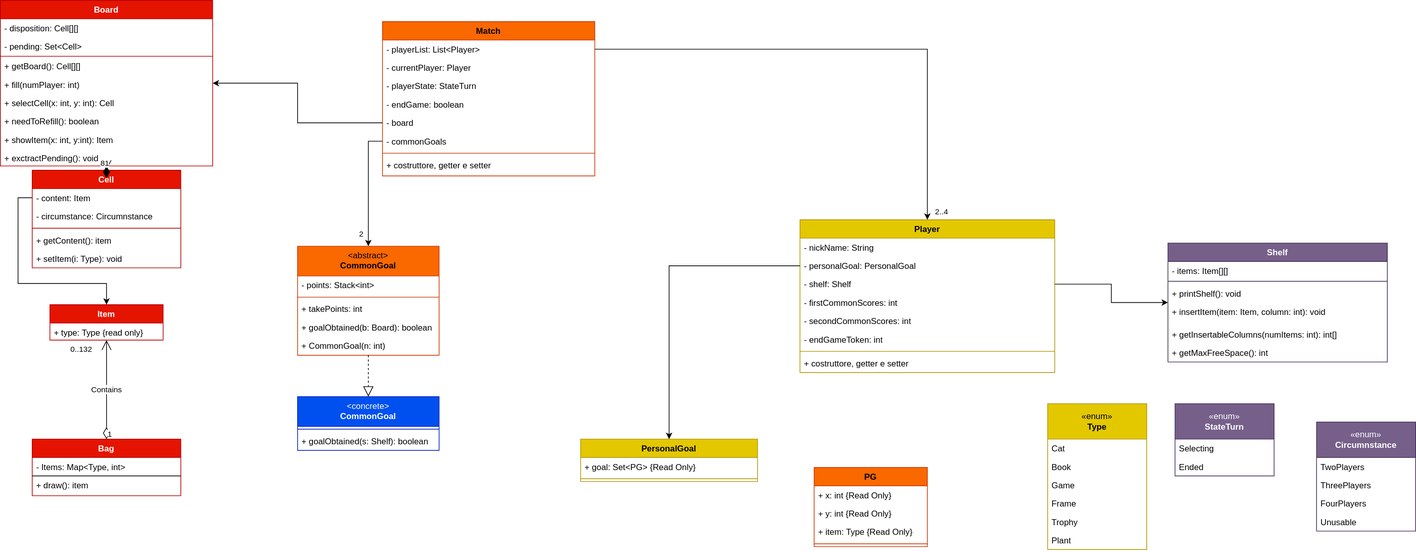
pontig/ing-sw-2023-pontiggia-pasini-reffo-perriello keeps this draw.io diagram as deliveries/UML/model.drawio.svg. Above is the earlier version. Source tidied: cells renumbered, new cells last; positions are measured from the earlier drawing's top-left corner, leaving out a move shared by most shapes.
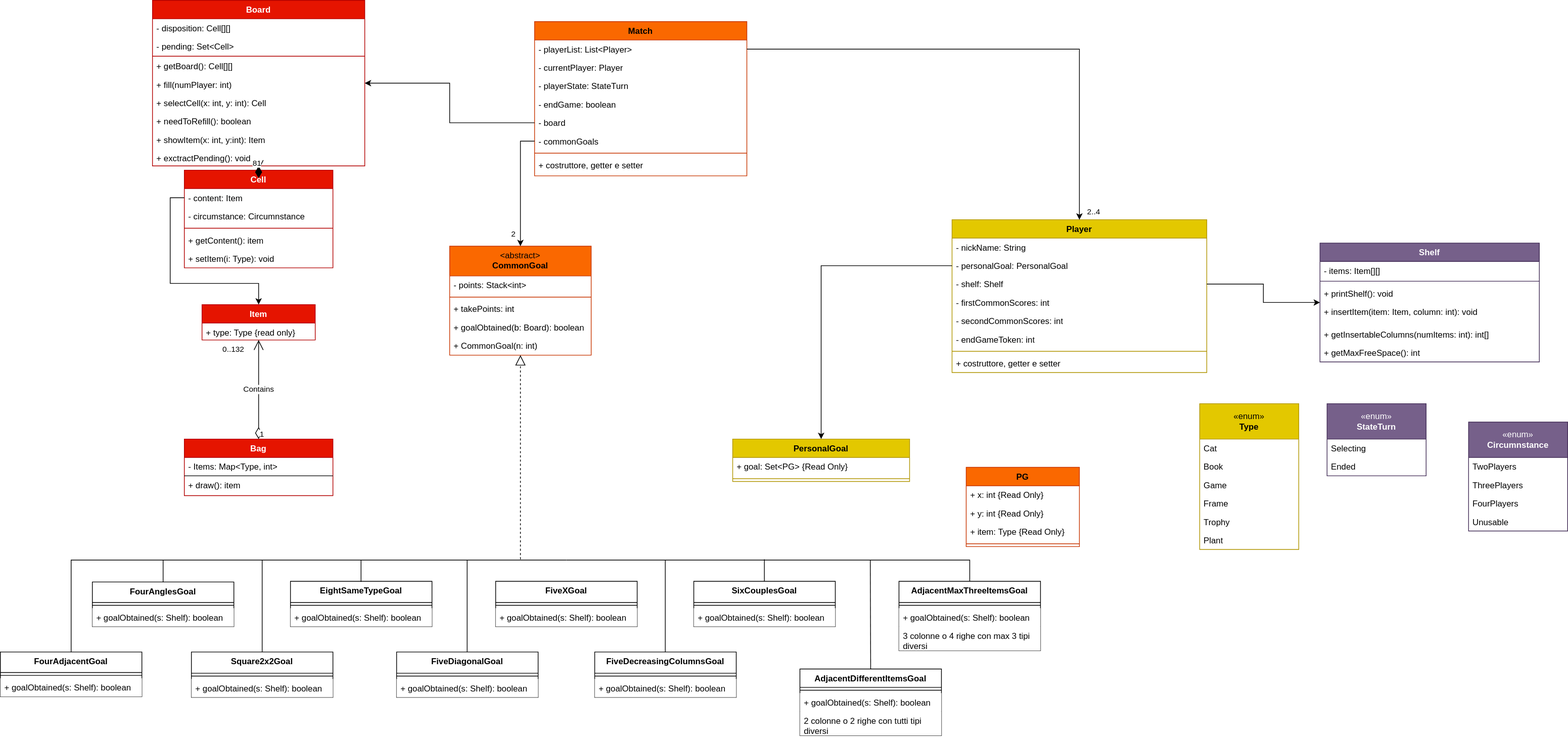
After the change.

Diff of the diagram source:
```diff
@@ -209,18 +209,6 @@
     <mxCell id="69" value="+ CommonGoal(n: int)" style="text;strokeColor=none;fillColor=none;align=left;verticalAlign=top;spacingLeft=4;spacingRight=4;overflow=hidden;whiteSpace=wrap;html=1;" parent="64" vertex="1">
       <mxGeometry y="128" width="200" height="26" as="geometry" />
     </mxCell>
-    <mxCell id="70" style="endArrow=block;dashed=1;endFill=0;endSize=12;html=1;rounded=0;" parent="1" edge="1" source="64" target="71">
-      <mxGeometry relative="1" as="geometry" />
-    </mxCell>
-    <mxCell id="71" value="&lt;span style=&quot;font-weight: normal;&quot;&gt;&amp;lt;concrete&amp;gt;&lt;/span&gt;&lt;br&gt;CommonGoal" style="swimlane;fontStyle=1;align=center;verticalAlign=top;horizontal=1;startSize=42;whiteSpace=wrap;html=1;fillColor=#0050ef;fontColor=#ffffff;strokeColor=#001DBC;" parent="1" vertex="1">
-      <mxGeometry x="420" y="560" width="200" height="76" as="geometry" />
-    </mxCell>
-    <mxCell id="72" style="line;strokeWidth=1;fillColor=none;align=left;verticalAlign=middle;spacingTop=-1;spacingLeft=3;spacingRight=3;labelPosition=right;strokeColor=inherit;" parent="71" vertex="1">
-      <mxGeometry y="42" width="200" height="8" as="geometry" />
-    </mxCell>
-    <mxCell id="73" value="+ goalObtained(s: Shelf): boolean" style="text;strokeColor=none;fillColor=none;align=left;verticalAlign=top;spacingLeft=4;spacingRight=4;overflow=hidden;whiteSpace=wrap;html=1;" parent="71" vertex="1">
-      <mxGeometry y="50" width="200" height="26" as="geometry" />
-    </mxCell>
     <mxCell id="74" style="edgeStyle=orthogonalEdgeStyle;rounded=0;jettySize=auto;html=1;" parent="1" edge="1" source="31" target="64">
       <mxGeometry relative="1" as="geometry" />
     </mxCell>
@@ -295,5 +283,162 @@
     <mxCell id="93" style="line;strokeWidth=1;fillColor=none;align=left;verticalAlign=middle;spacingTop=-1;spacingLeft=3;spacingRight=3;labelPosition=right;strokeColor=inherit;" parent="89" vertex="1">
       <mxGeometry y="104" width="160" height="8" as="geometry" />
     </mxCell>
+    <mxCell id="94" value="FiveXGoal" style="swimlane;fontStyle=1;align=center;verticalAlign=top;horizontal=1;startSize=30;whiteSpace=wrap;html=1;fillColor=#ffffff;fontColor=#000000;strokeColor=#000000;" parent="1" vertex="1">
+      <mxGeometry x="485" y="821" width="200" height="64" as="geometry" />
+    </mxCell>
+    <mxCell id="95" style="line;strokeWidth=1;align=left;verticalAlign=middle;spacingTop=-1;spacingLeft=3;spacingRight=3;labelPosition=right;" parent="94" vertex="1">
+      <mxGeometry y="30" width="200" height="8" as="geometry" />
+    </mxCell>
+    <mxCell id="96" value="+ goalObtained(s: Shelf): boolean" style="text;align=left;verticalAlign=top;spacingLeft=4;spacingRight=4;overflow=hidden;whiteSpace=wrap;html=1;fillColor=default;" parent="94" vertex="1">
+      <mxGeometry y="38" width="200" height="26" as="geometry" />
+    </mxCell>
+    <mxCell id="97" value="FourAnglesGoal" style="swimlane;fontStyle=1;align=center;verticalAlign=top;horizontal=1;startSize=29;whiteSpace=wrap;html=1;fillColor=#ffffff;fontColor=#000000;strokeColor=#000000;" parent="1" vertex="1">
+      <mxGeometry x="-85" y="822" width="200" height="63" as="geometry" />
+    </mxCell>
+    <mxCell id="98" style="line;strokeWidth=1;align=left;verticalAlign=middle;spacingTop=-1;spacingLeft=3;spacingRight=3;labelPosition=right;" parent="97" vertex="1">
+      <mxGeometry y="29" width="200" height="8" as="geometry" />
+    </mxCell>
+    <mxCell id="99" value="+ goalObtained(s: Shelf): boolean" style="text;align=left;verticalAlign=top;spacingLeft=4;spacingRight=4;overflow=hidden;whiteSpace=wrap;html=1;fillColor=default;" parent="97" vertex="1">
+      <mxGeometry y="37" width="200" height="26" as="geometry" />
+    </mxCell>
+    <mxCell id="100" value="FiveDiagonalGoal" style="swimlane;fontStyle=1;align=center;verticalAlign=top;horizontal=1;startSize=30;whiteSpace=wrap;html=1;fillColor=#ffffff;fontColor=#000000;strokeColor=#000000;" parent="1" vertex="1">
+      <mxGeometry x="345" y="921" width="200" height="64" as="geometry" />
+    </mxCell>
+    <mxCell id="101" style="line;strokeWidth=1;align=left;verticalAlign=middle;spacingTop=-1;spacingLeft=3;spacingRight=3;labelPosition=right;" parent="100" vertex="1">
+      <mxGeometry y="30" width="200" height="8" as="geometry" />
+    </mxCell>
+    <mxCell id="102" value="+ goalObtained(s: Shelf): boolean" style="text;align=left;verticalAlign=top;spacingLeft=4;spacingRight=4;overflow=hidden;whiteSpace=wrap;html=1;fillColor=default;" parent="100" vertex="1">
+      <mxGeometry y="38" width="200" height="26" as="geometry" />
+    </mxCell>
+    <mxCell id="103" value="FiveDecreasingColumnsGoal" style="swimlane;fontStyle=1;align=center;verticalAlign=top;horizontal=1;startSize=30;whiteSpace=wrap;html=1;fillColor=#ffffff;fontColor=#000000;strokeColor=#000000;" parent="1" vertex="1">
+      <mxGeometry x="625" y="921" width="200" height="64" as="geometry" />
+    </mxCell>
+    <mxCell id="104" style="line;strokeWidth=1;align=left;verticalAlign=middle;spacingTop=-1;spacingLeft=3;spacingRight=3;labelPosition=right;" parent="103" vertex="1">
+      <mxGeometry y="30" width="200" height="8" as="geometry" />
+    </mxCell>
+    <mxCell id="105" value="+ goalObtained(s: Shelf): boolean" style="text;align=left;verticalAlign=top;spacingLeft=4;spacingRight=4;overflow=hidden;whiteSpace=wrap;html=1;fillColor=default;" parent="103" vertex="1">
+      <mxGeometry y="38" width="200" height="26" as="geometry" />
+    </mxCell>
+    <mxCell id="106" value="EightSameTypeGoal" style="swimlane;fontStyle=1;align=center;verticalAlign=top;horizontal=1;startSize=30;whiteSpace=wrap;html=1;fillColor=#ffffff;fontColor=#000000;strokeColor=#000000;" parent="1" vertex="1">
+      <mxGeometry x="195" y="821" width="200" height="64" as="geometry" />
+    </mxCell>
+    <mxCell id="107" style="line;strokeWidth=1;align=left;verticalAlign=middle;spacingTop=-1;spacingLeft=3;spacingRight=3;labelPosition=right;" parent="106" vertex="1">
+      <mxGeometry y="30" width="200" height="8" as="geometry" />
+    </mxCell>
+    <mxCell id="108" value="+ goalObtained(s: Shelf): boolean" style="text;align=left;verticalAlign=top;spacingLeft=4;spacingRight=4;overflow=hidden;whiteSpace=wrap;html=1;fillColor=default;" parent="106" vertex="1">
+      <mxGeometry y="38" width="200" height="26" as="geometry" />
+    </mxCell>
+    <mxCell id="109" value="AdjacentMaxThreeItemsGoal" style="swimlane;fontStyle=1;align=center;verticalAlign=top;horizontal=1;startSize=30;whiteSpace=wrap;html=1;fillColor=#ffffff;fontColor=#000000;strokeColor=#000000;" parent="1" vertex="1">
+      <mxGeometry x="1055" y="821" width="200" height="98" as="geometry" />
+    </mxCell>
+    <mxCell id="110" style="line;strokeWidth=1;align=left;verticalAlign=middle;spacingTop=-1;spacingLeft=3;spacingRight=3;labelPosition=right;" parent="109" vertex="1">
+      <mxGeometry y="30" width="200" height="8" as="geometry" />
+    </mxCell>
+    <mxCell id="111" value="+ goalObtained(s: Shelf): boolean" style="text;strokeColor=none;fillColor=default;align=left;verticalAlign=top;spacingLeft=4;spacingRight=4;overflow=hidden;whiteSpace=wrap;html=1;" parent="109" vertex="1">
+      <mxGeometry y="38" width="200" height="26" as="geometry" />
+    </mxCell>
+    <mxCell id="112" value="3 colonne o 4 righe con max 3 tipi diversi" style="text;align=left;verticalAlign=top;spacingLeft=4;spacingRight=4;overflow=hidden;whiteSpace=wrap;html=1;fillColor=default;" parent="109" vertex="1">
+      <mxGeometry y="64" width="200" height="34" as="geometry" />
+    </mxCell>
+    <mxCell id="113" value="SixCouplesGoal" style="swimlane;fontStyle=1;align=center;verticalAlign=top;horizontal=1;startSize=30;whiteSpace=wrap;html=1;fillColor=#ffffff;fontColor=#000000;strokeColor=#000000;" parent="1" vertex="1">
+      <mxGeometry x="765" y="821" width="200" height="64" as="geometry" />
+    </mxCell>
+    <mxCell id="114" style="line;strokeWidth=1;align=left;verticalAlign=middle;spacingTop=-1;spacingLeft=3;spacingRight=3;labelPosition=right;" parent="113" vertex="1">
+      <mxGeometry y="30" width="200" height="8" as="geometry" />
+    </mxCell>
+    <mxCell id="115" value="+ goalObtained(s: Shelf): boolean" style="text;strokeColor=none;fillColor=default;align=left;verticalAlign=top;spacingLeft=4;spacingRight=4;overflow=hidden;whiteSpace=wrap;html=1;" parent="113" vertex="1">
+      <mxGeometry y="38" width="200" height="26" as="geometry" />
+    </mxCell>
+    <mxCell id="116" value="AdjacentDifferentItemsGoal" style="swimlane;fontStyle=1;align=center;verticalAlign=top;horizontal=1;startSize=26;whiteSpace=wrap;html=1;fillColor=#ffffff;fontColor=#000000;strokeColor=#000000;" parent="1" vertex="1">
+      <mxGeometry x="915" y="945" width="200" height="94" as="geometry" />
+    </mxCell>
+    <mxCell id="117" style="line;strokeWidth=1;align=left;verticalAlign=middle;spacingTop=-1;spacingLeft=3;spacingRight=3;labelPosition=right;fillColor=default;" parent="116" vertex="1">
+      <mxGeometry y="26" width="200" height="8" as="geometry" />
+    </mxCell>
+    <mxCell id="118" value="+ goalObtained(s: Shelf): boolean" style="text;align=left;verticalAlign=top;spacingLeft=4;spacingRight=4;overflow=hidden;whiteSpace=wrap;html=1;fillColor=default;" parent="116" vertex="1">
+      <mxGeometry y="34" width="200" height="26" as="geometry" />
+    </mxCell>
+    <mxCell id="119" value="2 colonne o 2 righe con tutti tipi diversi" style="text;align=left;verticalAlign=top;spacingLeft=4;spacingRight=4;overflow=hidden;whiteSpace=wrap;html=1;fillColor=default;" parent="116" vertex="1">
+      <mxGeometry y="60" width="200" height="34" as="geometry" />
+    </mxCell>
+    <mxCell id="120" value="Square2x2Goal" style="swimlane;fontStyle=1;align=center;verticalAlign=top;horizontal=1;startSize=30;whiteSpace=wrap;html=1;fillColor=#ffffff;fontColor=#000000;strokeColor=#000000;" parent="1" vertex="1">
+      <mxGeometry x="55" y="921" width="200" height="64" as="geometry" />
+    </mxCell>
+    <mxCell id="121" style="line;strokeWidth=1;align=left;verticalAlign=middle;spacingTop=-1;spacingLeft=3;spacingRight=3;labelPosition=right;" parent="120" vertex="1">
+      <mxGeometry y="30" width="200" height="8" as="geometry" />
+    </mxCell>
+    <mxCell id="122" value="+ goalObtained(s: Shelf): boolean" style="text;align=left;verticalAlign=top;spacingLeft=4;spacingRight=4;overflow=hidden;whiteSpace=wrap;html=1;fillColor=default;" parent="120" vertex="1">
+      <mxGeometry y="38" width="200" height="26" as="geometry" />
+    </mxCell>
+    <mxCell id="123" style="endArrow=none;html=1;rounded=0;entryX=0.5;entryY=0;entryDx=0;entryDy=0;" parent="1" edge="1" target="109">
+      <mxGeometry relative="1" as="geometry">
+        <mxPoint x="585" y="791" as="sourcePoint" />
+        <Array as="points">
+          <mxPoint x="1155" y="791" />
+        </Array>
+      </mxGeometry>
+    </mxCell>
+    <mxCell id="124" style="endArrow=none;html=1;rounded=0;exitX=0.5;exitY=0;exitDx=0;exitDy=0;" parent="1" edge="1" source="131">
+      <mxGeometry relative="1" as="geometry">
+        <mxPoint x="585" y="791" as="targetPoint" />
+        <Array as="points">
+          <mxPoint x="-115" y="791" />
+          <mxPoint x="15" y="791" />
+        </Array>
+      </mxGeometry>
+    </mxCell>
+    <mxCell id="125" style="endArrow=none;html=1;rounded=0;exitX=0.5;exitY=0;exitDx=0;exitDy=0;" parent="1" edge="1">
+      <mxGeometry relative="1" as="geometry">
+        <mxPoint x="294.8" y="822" as="sourcePoint" />
+        <mxPoint x="294.8" y="791" as="targetPoint" />
+      </mxGeometry>
+    </mxCell>
+    <mxCell id="126" style="endArrow=none;html=1;rounded=0;exitX=0.5;exitY=0;exitDx=0;exitDy=0;" parent="1" edge="1">
+      <mxGeometry relative="1" as="geometry">
+        <mxPoint x="864.8" y="821" as="sourcePoint" />
+        <mxPoint x="864.8" y="790" as="targetPoint" />
+      </mxGeometry>
+    </mxCell>
+    <mxCell id="127" style="endArrow=none;html=1;rounded=0;exitX=0.5;exitY=0;exitDx=0;exitDy=0;" parent="1" edge="1" source="120">
+      <mxGeometry relative="1" as="geometry">
+        <mxPoint x="155" y="791" as="targetPoint" />
+      </mxGeometry>
+    </mxCell>
+    <mxCell id="128" style="endArrow=none;html=1;rounded=0;exitX=0.5;exitY=0;exitDx=0;exitDy=0;" parent="1" edge="1">
+      <mxGeometry relative="1" as="geometry">
+        <mxPoint x="444.7" y="921" as="sourcePoint" />
+        <mxPoint x="444.7" y="791" as="targetPoint" />
+      </mxGeometry>
+    </mxCell>
+    <mxCell id="129" style="endArrow=none;html=1;rounded=0;exitX=0.5;exitY=0;exitDx=0;exitDy=0;" parent="1" edge="1">
+      <mxGeometry relative="1" as="geometry">
+        <mxPoint x="724.7" y="921" as="sourcePoint" />
+        <mxPoint x="724.7" y="791" as="targetPoint" />
+      </mxGeometry>
+    </mxCell>
+    <mxCell id="130" style="endArrow=none;html=1;rounded=0;exitX=0.5;exitY=0;exitDx=0;exitDy=0;" parent="1" edge="1" source="116">
+      <mxGeometry relative="1" as="geometry">
+        <mxPoint x="1014.4" y="791" as="targetPoint" />
+      </mxGeometry>
+    </mxCell>
+    <mxCell id="131" value="FourAdjacentGoal" style="swimlane;fontStyle=1;align=center;verticalAlign=top;horizontal=1;startSize=29;whiteSpace=wrap;html=1;fillColor=#ffffff;fontColor=#000000;strokeColor=#000000;" parent="1" vertex="1">
+      <mxGeometry x="-215" y="921" width="200" height="63" as="geometry" />
+    </mxCell>
+    <mxCell id="132" style="line;strokeWidth=1;align=left;verticalAlign=middle;spacingTop=-1;spacingLeft=3;spacingRight=3;labelPosition=right;" parent="131" vertex="1">
+      <mxGeometry y="29" width="200" height="8" as="geometry" />
+    </mxCell>
+    <mxCell id="133" value="+ goalObtained(s: Shelf): boolean" style="text;align=left;verticalAlign=top;spacingLeft=4;spacingRight=4;overflow=hidden;whiteSpace=wrap;html=1;fillColor=default;" parent="131" vertex="1">
+      <mxGeometry y="37" width="200" height="26" as="geometry" />
+    </mxCell>
+    <mxCell id="134" style="endArrow=none;html=1;rounded=0;entryX=0.5;entryY=0;entryDx=0;entryDy=0;" parent="1" edge="1" target="97">
+      <mxGeometry relative="1" as="geometry">
+        <mxPoint x="15" y="791" as="sourcePoint" />
+      </mxGeometry>
+    </mxCell>
+    <mxCell id="135" style="endArrow=block;dashed=1;endFill=0;endSize=12;html=1;rounded=0;" parent="1" edge="1" target="64">
+      <mxGeometry relative="1" as="geometry">
+        <mxPoint x="520" y="790" as="sourcePoint" />
+      </mxGeometry>
+    </mxCell>
   </root>
 </mxGraphModel>
```
